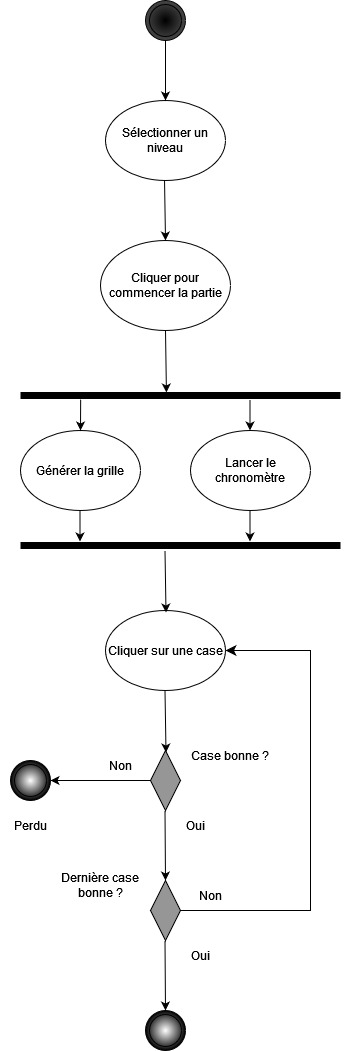
Earlier version of the draw.io export diag_act.drawio.png (leonielrx/demineur). Source tidied: cells renumbered, new cells last; positions are measured from the earlier drawing's top-left corner, leaving out a move shared by most shapes.
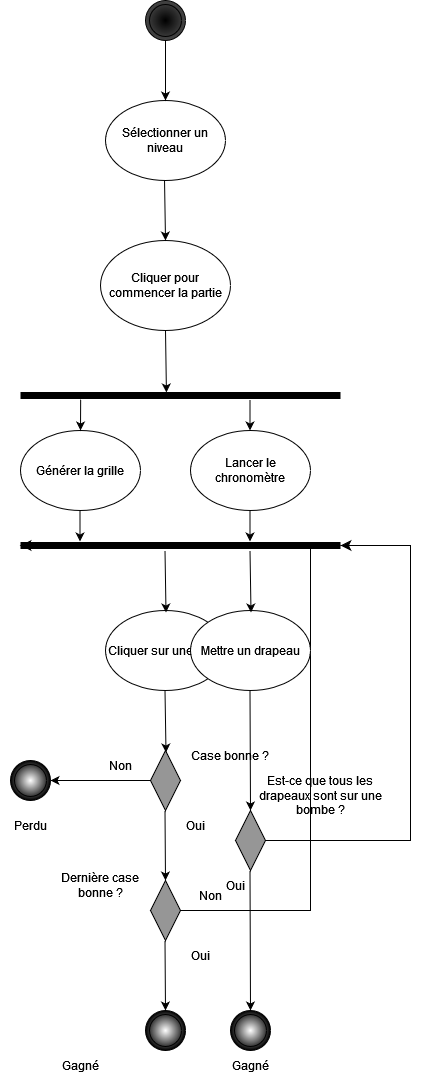
After the change.

Commit message:
Mettre à jour diag_act.drawio.png

What changed in the source:
```diff
@@ -59,9 +59,8 @@
         <mxPoint x="165.5" y="752" as="targetPoint" />
       </mxGeometry>
     </mxCell>
-    <mxCell id="16" style="edgeStyle=elbowEdgeStyle;elbow=horizontal;endArrow=classic;html=1;curved=0;rounded=0;endSize=8;startSize=8;entryX=1;entryY=0.5;entryDx=0;entryDy=0;exitX=1;exitY=0.5;exitDx=0;exitDy=0;" parent="1" edge="1" source="22">
+    <mxCell id="16" style="edgeStyle=elbowEdgeStyle;elbow=horizontal;endArrow=classic;html=1;curved=0;rounded=0;endSize=8;startSize=8;entryX=0;entryY=0.5;entryDx=0;entryDy=0;exitX=1;exitY=0.5;exitDx=0;exitDy=0;entryPerimeter=0;" parent="1" edge="1" source="22" target="9">
       <mxGeometry relative="1" as="geometry">
-        <mxPoint x="225" y="650" as="targetPoint" />
         <Array as="points">
           <mxPoint x="310" y="890" />
         </Array>
@@ -128,5 +127,49 @@
         <mxPoint x="165" y="100" as="targetPoint" />
       </mxGeometry>
     </mxCell>
+    <mxCell id="34" value="Mettre un drapeau " style="ellipse;whiteSpace=wrap;html=1;" parent="1" vertex="1">
+      <mxGeometry x="190" y="610" width="120" height="80" as="geometry" />
+    </mxCell>
+    <mxCell id="35" style="endArrow=classic;html=1;rounded=0;exitX=0.5;exitY=1;exitDx=0;exitDy=0;entryX=0.456;entryY=0.2;entryDx=0;entryDy=0;entryPerimeter=0;" parent="1" edge="1">
+      <mxGeometry relative="1" as="geometry">
+        <mxPoint x="249.5" y="550" as="sourcePoint" />
+        <mxPoint x="250.5" y="612" as="targetPoint" />
+      </mxGeometry>
+    </mxCell>
+    <mxCell id="36" style="rhombus;whiteSpace=wrap;html=1;fillColor=#969696;" parent="1" vertex="1">
+      <mxGeometry x="235" y="810" width="30" height="60" as="geometry" />
+    </mxCell>
+    <mxCell id="37" style="endArrow=classic;html=1;rounded=0;exitX=0.5;exitY=1;exitDx=0;exitDy=0;entryX=0;entryY=1;entryDx=0;entryDy=0;" parent="1" edge="1" target="38">
+      <mxGeometry relative="1" as="geometry">
+        <mxPoint x="249.5" y="690" as="sourcePoint" />
+      </mxGeometry>
+    </mxCell>
+    <mxCell id="38" value="Est-ce que tous les drapeaux sont sur une bombe ?" style="text;html=1;align=center;verticalAlign=middle;whiteSpace=wrap;rounded=0;" parent="1" vertex="1">
+      <mxGeometry x="250" y="780" width="140" height="30" as="geometry" />
+    </mxCell>
+    <mxCell id="39" style="ellipse;shape=doubleEllipse;whiteSpace=wrap;html=1;fillColor=#ffffff;gradientColor=default;gradientDirection=radial;shadow=0;" parent="1" vertex="1">
+      <mxGeometry x="230" y="1010" width="40" height="40" as="geometry" />
+    </mxCell>
+    <mxCell id="40" value="Oui" style="text;html=1;align=center;verticalAlign=middle;whiteSpace=wrap;rounded=0;" parent="1" vertex="1">
+      <mxGeometry x="205" y="870" width="60" height="30" as="geometry" />
+    </mxCell>
+    <mxCell id="41" style="endArrow=classic;html=1;rounded=0;exitX=0.5;exitY=1;exitDx=0;exitDy=0;entryX=0.5;entryY=0;entryDx=0;entryDy=0;" parent="1" edge="1" target="39">
+      <mxGeometry relative="1" as="geometry">
+        <mxPoint x="249.5" y="870" as="sourcePoint" />
+      </mxGeometry>
+    </mxCell>
+    <mxCell id="42" style="edgeStyle=elbowEdgeStyle;elbow=horizontal;endArrow=classic;html=1;curved=0;rounded=0;endSize=8;startSize=8;entryX=1;entryY=0.5;entryDx=0;entryDy=0;exitX=1;exitY=0.5;exitDx=0;exitDy=0;entryPerimeter=0;" parent="1" edge="1" source="36" target="9">
+      <mxGeometry relative="1" as="geometry">
+        <Array as="points">
+          <mxPoint x="410" y="700" />
+        </Array>
+      </mxGeometry>
+    </mxCell>
+    <mxCell id="43" value="Gagné" style="text;html=1;align=center;verticalAlign=middle;whiteSpace=wrap;rounded=0;" parent="1" vertex="1">
+      <mxGeometry x="50" y="1050" width="60" height="30" as="geometry" />
+    </mxCell>
+    <mxCell id="44" value="Gagné" style="text;html=1;align=center;verticalAlign=middle;whiteSpace=wrap;rounded=0;" parent="1" vertex="1">
+      <mxGeometry x="220" y="1050" width="60" height="30" as="geometry" />
+    </mxCell>
   </root>
 </mxGraphModel>
```
